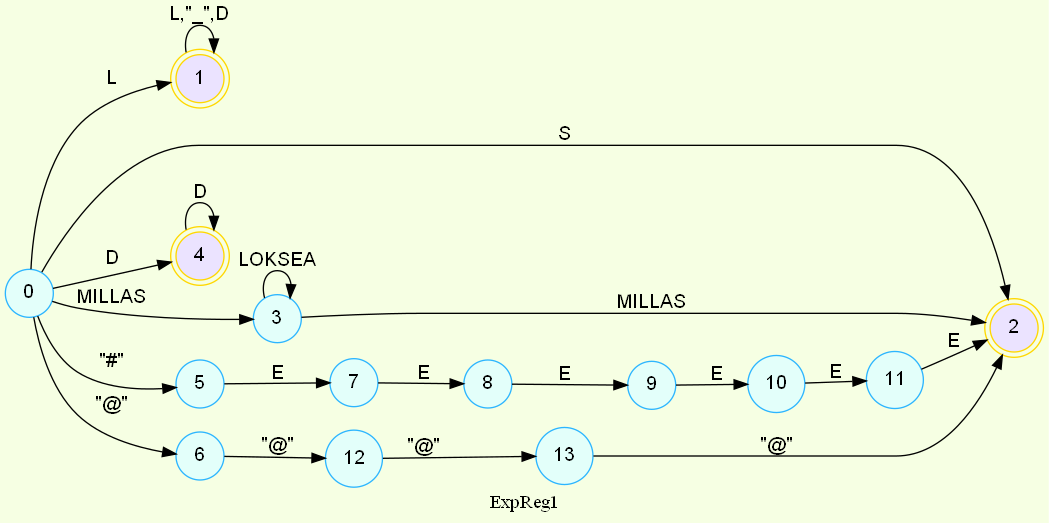
Above: AFD_202000119/ExpReg1.png in SergieArizandieta/OLC1-P1-202000119 (Graphviz), before the change. Its source is kept beside it as AFD_202000119/ExpReg1.dot.
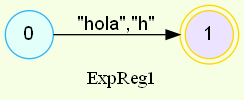
Later version of the same file.

Diff of the diagram source:
```diff
@@ -3,26 +3,8 @@
 	node [fontname="Helvetica,Arial,sans-serif" ]
 	edge [fontname="Helvetica,Arial,sans-serif"]
 	rankdir=LR;
-	node [shape = doublecircle, color = gold fillcolor="#EBE3FF" style =filled];1,2,4;
+	node [shape = doublecircle, color = gold fillcolor="#EBE3FF" style =filled];1;
 	node [shape = circle, color = "#2CB5FF" fillcolor="#E3FFFA" style =filled];
 
-0->1[label = "L"];
-0->2[label = "S"];
-0->3[label = "MILLAS"];
-0->4[label = "D"];
-0->5[label = "\"#\""];
-0->6[label = "\"@\""];
-1->1[label = "L,\"_\",D"];
-3->3[label = "LOKSEA"];
-3->2[label = "MILLAS"];
-4->4[label = "D"];
-5->7[label = "E"];
-7->8[label = "E"];
-8->9[label = "E"];
-9->10[label = "E"];
-10->11[label = "E"];
-11->2[label = "E"];
-6->12[label = "\"@\""];
-12->13[label = "\"@\""];
-13->2[label = "\"@\""];
+0->1[label = "\"hola\",\"h\""];
 label= ExpReg1}
```
